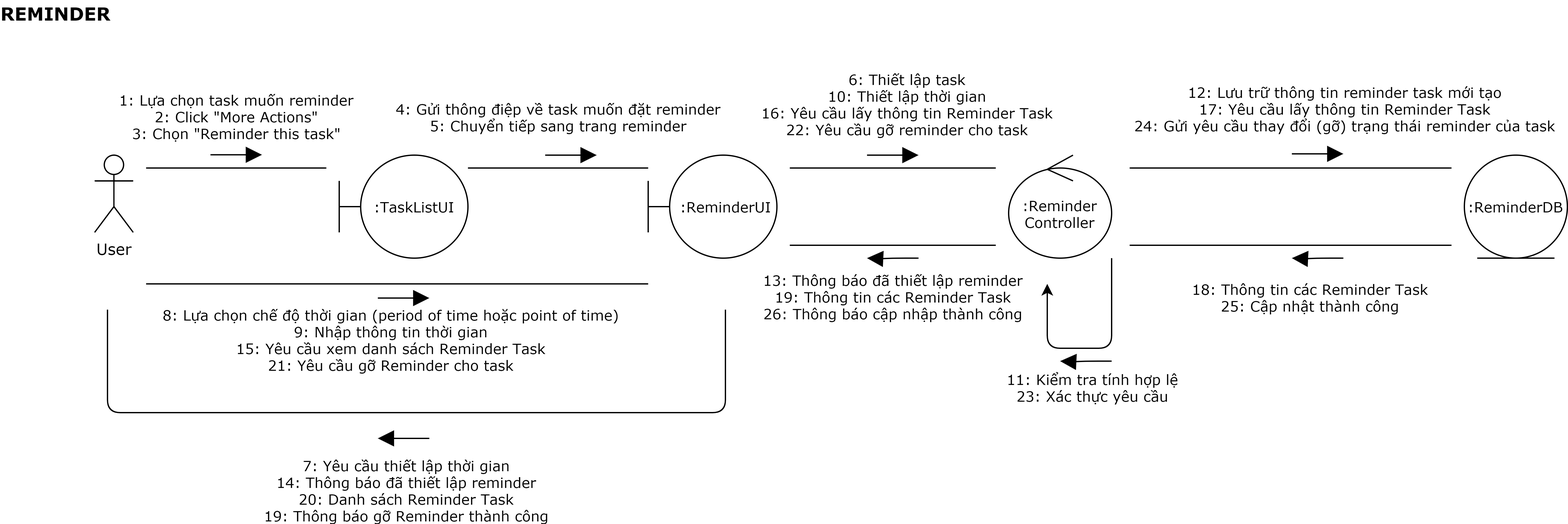
This is ToDoApp-Doc/Document/Diagram/Collaboration Diagram/Reminder/ReminderCollaborationDiagram.png from Merevoli-DatLuu/To-Do-App, a draw.io export, as it was before one commit. Source tidied: cells renumbered, new cells last; positions are measured from the earlier drawing's top-left corner, leaving out a move shared by most shapes. Its diagram source:
```xml
<mxGraphModel>
  <root>
    <mxCell id="0" />
    <mxCell id="1" parent="0" />
    <mxCell id="2" value="User" style="shape=umlActor;verticalLabelPosition=bottom;verticalAlign=top;html=1;fontFamily=Verdana;" parent="1" vertex="1">
      <mxGeometry x="50" y="120" width="30" height="60" as="geometry" />
    </mxCell>
    <mxCell id="3" value="&amp;nbsp;:ReminderUI" style="shape=umlBoundary;whiteSpace=wrap;html=1;fontFamily=Verdana;fontSize=11;" parent="1" vertex="1">
      <mxGeometry x="480" y="120" width="100" height="80" as="geometry" />
    </mxCell>
    <mxCell id="4" value="&lt;font style=&quot;font-size: 11px&quot;&gt;:ReminderDB&lt;/font&gt;" style="ellipse;shape=umlEntity;whiteSpace=wrap;html=1;fontFamily=Verdana;" parent="1" vertex="1">
      <mxGeometry x="1114" y="120" width="80" height="80" as="geometry" />
    </mxCell>
    <mxCell id="5" value=":Reminder&lt;br style=&quot;font-size: 11px;&quot;&gt;Controller" style="ellipse;shape=umlControl;whiteSpace=wrap;html=1;fontFamily=Verdana;fontSize=11;" parent="1" vertex="1">
      <mxGeometry x="760" y="120" width="80" height="80" as="geometry" />
    </mxCell>
    <mxCell id="6" value=":TaskListUI" style="shape=umlBoundary;whiteSpace=wrap;html=1;fontFamily=Verdana;fontSize=11;" parent="1" vertex="1">
      <mxGeometry x="240" y="120" width="100" height="80" as="geometry" />
    </mxCell>
    <mxCell id="7" value="1: Lựa chọn task muốn reminder&lt;br&gt;2: Click &quot;More Actions&quot;&lt;br&gt;3: Chọn &quot;Reminder this task&quot;" style="endArrow=none;html=1;fontFamily=Verdana;fontSize=11;" parent="1" edge="1">
      <mxGeometry y="40" relative="1" as="geometry">
        <mxPoint x="90" y="130" as="sourcePoint" />
        <mxPoint x="230" y="130" as="targetPoint" />
      </mxGeometry>
    </mxCell>
    <mxCell id="8" style="endArrow=block;html=1;fontFamily=Verdana;fontSize=11;horizontal=1;verticalAlign=middle;endFill=1;jumpSize=9;rounded=1;startSize=10;endSize=10;" parent="1" edge="1">
      <mxGeometry relative="1" as="geometry">
        <mxPoint x="140" y="119.7" as="sourcePoint" />
        <mxPoint x="180" y="119.7" as="targetPoint" />
      </mxGeometry>
    </mxCell>
    <mxCell id="9" value="&lt;div&gt;8: Lựa chọn chế độ thời gian (period of time hoặc point of time)&lt;/div&gt;&lt;div&gt;9: Nhập thông tin thời gian&lt;/div&gt;&lt;div&gt;15: Yêu cầu xem danh sách Reminder Task&lt;/div&gt;&lt;div&gt;21: Yêu cầu gỡ Reminder cho task&lt;/div&gt;&lt;div&gt;&lt;br&gt;&lt;/div&gt;" style="endArrow=none;html=1;fontFamily=Verdana;fontSize=11;" parent="1" edge="1">
      <mxGeometry x="-0.03" y="-50" relative="1" as="geometry">
        <mxPoint x="90" y="220" as="sourcePoint" />
        <mxPoint x="480" y="220" as="targetPoint" />
      </mxGeometry>
    </mxCell>
    <mxCell id="10" style="endArrow=block;html=1;fontFamily=Verdana;fontSize=11;horizontal=1;verticalAlign=middle;endFill=1;jumpSize=9;rounded=1;startSize=10;endSize=10;" parent="1" edge="1">
      <mxGeometry relative="1" as="geometry">
        <mxPoint x="310" y="340" as="sourcePoint" />
        <mxPoint x="270" y="340" as="targetPoint" />
        <Array as="points">
          <mxPoint x="290" y="340" />
        </Array>
      </mxGeometry>
    </mxCell>
    <mxCell id="11" value="&lt;div&gt;4: Gửi thông điệp về task muốn đặt reminder&lt;/div&gt;&lt;div&gt;5: Chuyển tiếp sang trang reminder&lt;/div&gt;" style="endArrow=none;html=1;fontFamily=Verdana;fontSize=11;" parent="1" edge="1">
      <mxGeometry y="40" relative="1" as="geometry">
        <mxPoint x="340" y="130" as="sourcePoint" />
        <mxPoint x="480" y="130" as="targetPoint" />
      </mxGeometry>
    </mxCell>
    <mxCell id="12" style="endArrow=block;html=1;fontFamily=Verdana;fontSize=11;horizontal=1;verticalAlign=middle;endFill=1;jumpSize=9;rounded=1;startSize=10;endSize=10;" parent="1" edge="1">
      <mxGeometry relative="1" as="geometry">
        <mxPoint x="400" y="120" as="sourcePoint" />
        <mxPoint x="440" y="120" as="targetPoint" />
      </mxGeometry>
    </mxCell>
    <mxCell id="13" style="endArrow=block;html=1;fontFamily=Verdana;fontSize=11;horizontal=1;verticalAlign=middle;endFill=1;jumpSize=9;rounded=1;startSize=10;endSize=10;" parent="1" edge="1">
      <mxGeometry relative="1" as="geometry">
        <mxPoint x="270" y="231" as="sourcePoint" />
        <mxPoint x="310" y="231" as="targetPoint" />
      </mxGeometry>
    </mxCell>
    <mxCell id="14" value="&lt;div&gt;&lt;div&gt;7: Yêu cầu thiết lập thời gian&lt;/div&gt;&lt;div&gt;14: Thông báo đã thiết lập reminder&lt;/div&gt;&lt;div&gt;20: Danh sách Reminder Task&lt;/div&gt;&lt;div&gt;19: Thông báo gỡ Reminder thành công&lt;/div&gt;&lt;/div&gt;" style="endArrow=none;html=1;fontFamily=Verdana;fontSize=11;" parent="1" edge="1">
      <mxGeometry x="-0.03" y="-60" relative="1" as="geometry">
        <mxPoint x="60" y="240" as="sourcePoint" />
        <mxPoint x="540" y="240" as="targetPoint" />
        <Array as="points">
          <mxPoint x="60" y="320" />
          <mxPoint x="540" y="320" />
        </Array>
      </mxGeometry>
    </mxCell>
    <mxCell id="15" value="&lt;div&gt;6: Thiết lập task&lt;/div&gt;&lt;div&gt;10: Thiết lập thời gian&lt;/div&gt;&lt;div&gt;16: Yêu cầu lấy thông tin Reminder Task&lt;/div&gt;&lt;div&gt;22: Yêu cầu gỡ reminder cho task&lt;/div&gt;" style="endArrow=none;html=1;fontFamily=Verdana;fontSize=11;" parent="1" edge="1">
      <mxGeometry x="0.14" y="50" relative="1" as="geometry">
        <mxPoint x="590" y="130" as="sourcePoint" />
        <mxPoint x="750" y="130" as="targetPoint" />
      </mxGeometry>
    </mxCell>
    <mxCell id="16" style="endArrow=block;html=1;fontFamily=Verdana;fontSize=11;horizontal=1;verticalAlign=middle;endFill=1;jumpSize=9;rounded=1;startSize=10;endSize=10;" parent="1" edge="1">
      <mxGeometry relative="1" as="geometry">
        <mxPoint x="650" y="120" as="sourcePoint" />
        <mxPoint x="690" y="120" as="targetPoint" />
      </mxGeometry>
    </mxCell>
    <mxCell id="17" value="&lt;div&gt;12: Lưu trữ thông tin reminder task mới tạo&lt;/div&gt;&lt;div&gt;17: Yêu cầu lấy thông tin Reminder Task&lt;/div&gt;&lt;div&gt;24: Gửi yêu cầu thay đổi (gỡ) trạng thái reminder của task&lt;/div&gt;&lt;div&gt;&lt;br&gt;&lt;/div&gt;" style="endArrow=none;html=1;fontFamily=Verdana;fontSize=11;" parent="1" edge="1">
      <mxGeometry x="0.33" y="40" relative="1" as="geometry">
        <mxPoint x="854" y="130" as="sourcePoint" />
        <mxPoint x="1104" y="130" as="targetPoint" />
      </mxGeometry>
    </mxCell>
    <mxCell id="18" style="endArrow=block;html=1;fontFamily=Verdana;fontSize=11;horizontal=1;verticalAlign=middle;endFill=1;jumpSize=9;rounded=1;startSize=10;endSize=10;" parent="1" edge="1">
      <mxGeometry relative="1" as="geometry">
        <mxPoint x="980" y="119" as="sourcePoint" />
        <mxPoint x="1020" y="119" as="targetPoint" />
      </mxGeometry>
    </mxCell>
    <mxCell id="19" value="&lt;div&gt;&lt;div&gt;18: Thông tin các Reminder Task&lt;/div&gt;&lt;div&gt;25: Cập nhật thành công&lt;/div&gt;&lt;/div&gt;" style="endArrow=none;html=1;fontFamily=Verdana;fontSize=11;" parent="1" edge="1">
      <mxGeometry x="0.12" y="-40" relative="1" as="geometry">
        <mxPoint x="854" y="190" as="sourcePoint" />
        <mxPoint x="1104" y="190" as="targetPoint" />
      </mxGeometry>
    </mxCell>
    <mxCell id="20" style="endArrow=block;html=1;fontFamily=Verdana;fontSize=11;horizontal=1;verticalAlign=middle;endFill=1;jumpSize=9;rounded=1;startSize=10;endSize=10;" parent="1" edge="1">
      <mxGeometry relative="1" as="geometry">
        <mxPoint x="1020" y="200" as="sourcePoint" />
        <mxPoint x="980" y="200" as="targetPoint" />
        <Array as="points">
          <mxPoint x="1000" y="200" />
          <mxPoint x="990" y="200.5" />
        </Array>
      </mxGeometry>
    </mxCell>
    <mxCell id="21" value="&lt;div&gt;13: Thông báo đã thiết lập reminder&lt;/div&gt;&lt;div&gt;19: Thông tin các Reminder Task&lt;/div&gt;&lt;div&gt;26: Thông báo cập nhập thành công&lt;/div&gt;" style="endArrow=none;html=1;fontFamily=Verdana;fontSize=11;" parent="1" edge="1">
      <mxGeometry y="-40" relative="1" as="geometry">
        <mxPoint x="590" y="190" as="sourcePoint" />
        <mxPoint x="750" y="190" as="targetPoint" />
      </mxGeometry>
    </mxCell>
    <mxCell id="22" value="11: Kiểm tra tính hợp lệ&lt;br&gt;23: Xác thực yêu cầu" style="endArrow=classic;html=1;strokeColor=#000000;fontFamily=Verdana;fontSize=11;" parent="1" edge="1">
      <mxGeometry y="30" relative="1" as="geometry">
        <mxPoint x="840" y="200" as="sourcePoint" />
        <mxPoint x="790" y="220" as="targetPoint" />
        <Array as="points">
          <mxPoint x="840" y="270" />
          <mxPoint x="790" y="270" />
        </Array>
      </mxGeometry>
    </mxCell>
    <mxCell id="23" style="endArrow=block;html=1;fontFamily=Verdana;fontSize=11;horizontal=1;verticalAlign=middle;endFill=1;jumpSize=9;rounded=1;startSize=10;endSize=10;" parent="1" edge="1">
      <mxGeometry relative="1" as="geometry">
        <mxPoint x="690" y="200" as="sourcePoint" />
        <mxPoint x="650" y="200" as="targetPoint" />
        <Array as="points">
          <mxPoint x="670" y="200" />
          <mxPoint x="660" y="200.5" />
        </Array>
      </mxGeometry>
    </mxCell>
    <mxCell id="24" style="endArrow=block;html=1;fontFamily=Verdana;fontSize=11;horizontal=1;verticalAlign=middle;endFill=1;jumpSize=9;rounded=1;startSize=10;endSize=10;" parent="1" edge="1">
      <mxGeometry relative="1" as="geometry">
        <mxPoint x="840" y="280" as="sourcePoint" />
        <mxPoint x="800" y="280" as="targetPoint" />
        <Array as="points">
          <mxPoint x="820" y="280" />
          <mxPoint x="810" y="280.5" />
        </Array>
      </mxGeometry>
    </mxCell>
    <mxCell id="25" value="&lt;font face=&quot;Verdana&quot; style=&quot;font-size: 14px&quot;&gt;REMINDER&lt;/font&gt;" style="text;html=1;strokeColor=none;fillColor=none;align=center;verticalAlign=middle;whiteSpace=wrap;rounded=0;fontStyle=1;" parent="1" vertex="1">
      <mxGeometry width="40" height="20" as="geometry" />
    </mxCell>
  </root>
</mxGraphModel>
```
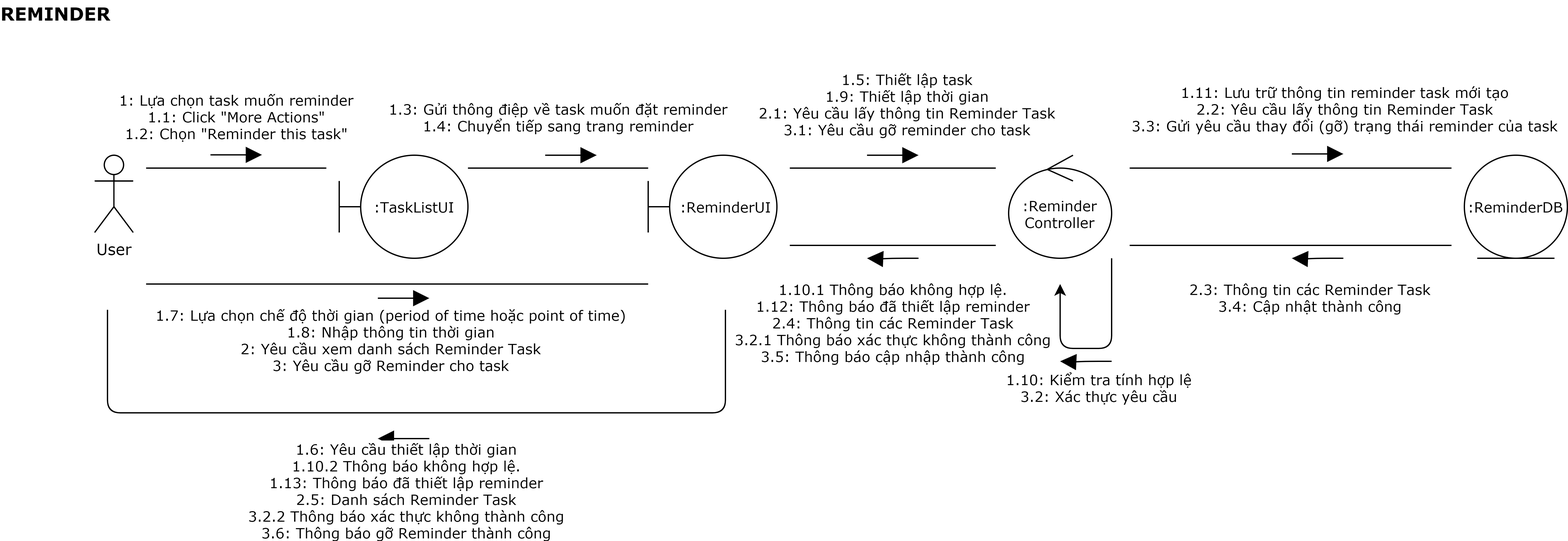
Later version of the same file.

Commit message:
[Modified]: Reminder Collaboration Diagram

Diff of the diagram source:
```diff
@@ -17,7 +17,7 @@
     <mxCell id="6" value=":TaskListUI" style="shape=umlBoundary;whiteSpace=wrap;html=1;fontFamily=Verdana;fontSize=11;" parent="1" vertex="1">
       <mxGeometry x="240" y="120" width="100" height="80" as="geometry" />
     </mxCell>
-    <mxCell id="7" value="1: Lựa chọn task muốn reminder&lt;br&gt;2: Click &quot;More Actions&quot;&lt;br&gt;3: Chọn &quot;Reminder this task&quot;" style="endArrow=none;html=1;fontFamily=Verdana;fontSize=11;" parent="1" edge="1">
+    <mxCell id="7" value="1: Lựa chọn task muốn reminder&lt;br&gt;1.1: Click &quot;More Actions&quot;&lt;br&gt;1.2: Chọn &quot;Reminder this task&quot;" style="endArrow=none;html=1;fontFamily=Verdana;fontSize=11;" parent="1" edge="1">
       <mxGeometry y="40" relative="1" as="geometry">
         <mxPoint x="90" y="130" as="sourcePoint" />
         <mxPoint x="230" y="130" as="targetPoint" />
@@ -29,7 +29,7 @@
         <mxPoint x="180" y="119.7" as="targetPoint" />
       </mxGeometry>
     </mxCell>
-    <mxCell id="9" value="&lt;div&gt;8: Lựa chọn chế độ thời gian (period of time hoặc point of time)&lt;/div&gt;&lt;div&gt;9: Nhập thông tin thời gian&lt;/div&gt;&lt;div&gt;15: Yêu cầu xem danh sách Reminder Task&lt;/div&gt;&lt;div&gt;21: Yêu cầu gỡ Reminder cho task&lt;/div&gt;&lt;div&gt;&lt;br&gt;&lt;/div&gt;" style="endArrow=none;html=1;fontFamily=Verdana;fontSize=11;" parent="1" edge="1">
+    <mxCell id="9" value="&lt;div&gt;1.7: Lựa chọn chế độ thời gian (period of time hoặc point of time)&lt;/div&gt;&lt;div&gt;1.8: Nhập thông tin thời gian&lt;/div&gt;&lt;div&gt;2: Yêu cầu xem danh sách Reminder Task&lt;/div&gt;&lt;div&gt;3: Yêu cầu gỡ Reminder cho task&lt;/div&gt;&lt;div&gt;&lt;br&gt;&lt;/div&gt;" style="endArrow=none;html=1;fontFamily=Verdana;fontSize=11;" parent="1" edge="1">
       <mxGeometry x="-0.03" y="-50" relative="1" as="geometry">
         <mxPoint x="90" y="220" as="sourcePoint" />
         <mxPoint x="480" y="220" as="targetPoint" />
@@ -44,7 +44,7 @@
         </Array>
       </mxGeometry>
     </mxCell>
-    <mxCell id="11" value="&lt;div&gt;4: Gửi thông điệp về task muốn đặt reminder&lt;/div&gt;&lt;div&gt;5: Chuyển tiếp sang trang reminder&lt;/div&gt;" style="endArrow=none;html=1;fontFamily=Verdana;fontSize=11;" parent="1" edge="1">
+    <mxCell id="11" value="&lt;div&gt;1.3: Gửi thông điệp về task muốn đặt reminder&lt;/div&gt;&lt;div&gt;1.4: Chuyển tiếp sang trang reminder&lt;/div&gt;" style="endArrow=none;html=1;fontFamily=Verdana;fontSize=11;" parent="1" edge="1">
       <mxGeometry y="40" relative="1" as="geometry">
         <mxPoint x="340" y="130" as="sourcePoint" />
         <mxPoint x="480" y="130" as="targetPoint" />
@@ -62,7 +62,7 @@
         <mxPoint x="310" y="231" as="targetPoint" />
       </mxGeometry>
     </mxCell>
-    <mxCell id="14" value="&lt;div&gt;&lt;div&gt;7: Yêu cầu thiết lập thời gian&lt;/div&gt;&lt;div&gt;14: Thông báo đã thiết lập reminder&lt;/div&gt;&lt;div&gt;20: Danh sách Reminder Task&lt;/div&gt;&lt;div&gt;19: Thông báo gỡ Reminder thành công&lt;/div&gt;&lt;/div&gt;" style="endArrow=none;html=1;fontFamily=Verdana;fontSize=11;" parent="1" edge="1">
+    <mxCell id="14" value="&lt;div&gt;1.6: Yêu cầu thiết lập thời gian&lt;/div&gt;&lt;div&gt;1.10.2 Thông báo không hợp lệ.&lt;/div&gt;&lt;div&gt;1.13: Thông báo đã thiết lập reminder&lt;/div&gt;&lt;div&gt;2.5: Danh sách Reminder Task&lt;/div&gt;&lt;div&gt;3.2.2 Thông báo xác thực không thành công&lt;/div&gt;&lt;div&gt;3.6: Thông báo gỡ Reminder thành công&lt;/div&gt;" style="endArrow=none;html=1;fontFamily=Verdana;fontSize=11;" parent="1" edge="1">
       <mxGeometry x="-0.03" y="-60" relative="1" as="geometry">
         <mxPoint x="60" y="240" as="sourcePoint" />
         <mxPoint x="540" y="240" as="targetPoint" />
@@ -72,7 +72,7 @@
         </Array>
       </mxGeometry>
     </mxCell>
-    <mxCell id="15" value="&lt;div&gt;6: Thiết lập task&lt;/div&gt;&lt;div&gt;10: Thiết lập thời gian&lt;/div&gt;&lt;div&gt;16: Yêu cầu lấy thông tin Reminder Task&lt;/div&gt;&lt;div&gt;22: Yêu cầu gỡ reminder cho task&lt;/div&gt;" style="endArrow=none;html=1;fontFamily=Verdana;fontSize=11;" parent="1" edge="1">
+    <mxCell id="15" value="&lt;div&gt;1.5: Thiết lập task&lt;/div&gt;&lt;div&gt;1.9: Thiết lập thời gian&lt;/div&gt;&lt;div&gt;2.1: Yêu cầu lấy thông tin Reminder Task&lt;/div&gt;&lt;div&gt;3.1: Yêu cầu gỡ reminder cho task&lt;/div&gt;" style="endArrow=none;html=1;fontFamily=Verdana;fontSize=11;" parent="1" edge="1">
       <mxGeometry x="0.14" y="50" relative="1" as="geometry">
         <mxPoint x="590" y="130" as="sourcePoint" />
         <mxPoint x="750" y="130" as="targetPoint" />
@@ -84,7 +84,7 @@
         <mxPoint x="690" y="120" as="targetPoint" />
       </mxGeometry>
     </mxCell>
-    <mxCell id="17" value="&lt;div&gt;12: Lưu trữ thông tin reminder task mới tạo&lt;/div&gt;&lt;div&gt;17: Yêu cầu lấy thông tin Reminder Task&lt;/div&gt;&lt;div&gt;24: Gửi yêu cầu thay đổi (gỡ) trạng thái reminder của task&lt;/div&gt;&lt;div&gt;&lt;br&gt;&lt;/div&gt;" style="endArrow=none;html=1;fontFamily=Verdana;fontSize=11;" parent="1" edge="1">
+    <mxCell id="17" value="&lt;div&gt;1.11: Lưu trữ thông tin reminder task mới tạo&lt;/div&gt;&lt;div&gt;2.2: Yêu cầu lấy thông tin Reminder Task&lt;/div&gt;&lt;div&gt;3.3: Gửi yêu cầu thay đổi (gỡ) trạng thái reminder của task&lt;/div&gt;&lt;div&gt;&lt;br&gt;&lt;/div&gt;" style="endArrow=none;html=1;fontFamily=Verdana;fontSize=11;" parent="1" edge="1">
       <mxGeometry x="0.33" y="40" relative="1" as="geometry">
         <mxPoint x="854" y="130" as="sourcePoint" />
         <mxPoint x="1104" y="130" as="targetPoint" />
@@ -96,7 +96,7 @@
         <mxPoint x="1020" y="119" as="targetPoint" />
       </mxGeometry>
     </mxCell>
-    <mxCell id="19" value="&lt;div&gt;&lt;div&gt;18: Thông tin các Reminder Task&lt;/div&gt;&lt;div&gt;25: Cập nhật thành công&lt;/div&gt;&lt;/div&gt;" style="endArrow=none;html=1;fontFamily=Verdana;fontSize=11;" parent="1" edge="1">
+    <mxCell id="19" value="&lt;div&gt;&lt;div&gt;2.3: Thông tin các Reminder Task&lt;/div&gt;&lt;div&gt;3.4: Cập nhật thành công&lt;/div&gt;&lt;/div&gt;" style="endArrow=none;html=1;fontFamily=Verdana;fontSize=11;" parent="1" edge="1">
       <mxGeometry x="0.12" y="-40" relative="1" as="geometry">
         <mxPoint x="854" y="190" as="sourcePoint" />
         <mxPoint x="1104" y="190" as="targetPoint" />
@@ -112,19 +112,19 @@
         </Array>
       </mxGeometry>
     </mxCell>
-    <mxCell id="21" value="&lt;div&gt;13: Thông báo đã thiết lập reminder&lt;/div&gt;&lt;div&gt;19: Thông tin các Reminder Task&lt;/div&gt;&lt;div&gt;26: Thông báo cập nhập thành công&lt;/div&gt;" style="endArrow=none;html=1;fontFamily=Verdana;fontSize=11;" parent="1" edge="1">
-      <mxGeometry y="-40" relative="1" as="geometry">
+    <mxCell id="21" value="&lt;div&gt;1.10.1 Thông báo không hợp lệ.&lt;/div&gt;&lt;div&gt;1.12: Thông báo đã thiết lập reminder&lt;/div&gt;&lt;div&gt;2.4: Thông tin các Reminder Task&lt;/div&gt;&lt;div&gt;3.2.1 Thông báo xác thực không thành công&lt;/div&gt;&lt;div&gt;3.5: Thông báo cập nhập thành công&lt;/div&gt;" style="endArrow=none;html=1;fontFamily=Verdana;fontSize=11;" parent="1" edge="1">
+      <mxGeometry y="-60" relative="1" as="geometry">
         <mxPoint x="590" y="190" as="sourcePoint" />
         <mxPoint x="750" y="190" as="targetPoint" />
       </mxGeometry>
     </mxCell>
-    <mxCell id="22" value="11: Kiểm tra tính hợp lệ&lt;br&gt;23: Xác thực yêu cầu" style="endArrow=classic;html=1;strokeColor=#000000;fontFamily=Verdana;fontSize=11;" parent="1" edge="1">
+    <mxCell id="22" value="1.10: Kiểm tra tính hợp lệ&lt;br&gt;3.2: Xác thực yêu cầu" style="endArrow=classic;html=1;strokeColor=#000000;fontFamily=Verdana;fontSize=11;" parent="1" edge="1">
       <mxGeometry y="30" relative="1" as="geometry">
         <mxPoint x="840" y="200" as="sourcePoint" />
-        <mxPoint x="790" y="220" as="targetPoint" />
+        <mxPoint x="800" y="220" as="targetPoint" />
         <Array as="points">
           <mxPoint x="840" y="270" />
-          <mxPoint x="790" y="270" />
+          <mxPoint x="800" y="270" />
         </Array>
       </mxGeometry>
     </mxCell>
```
